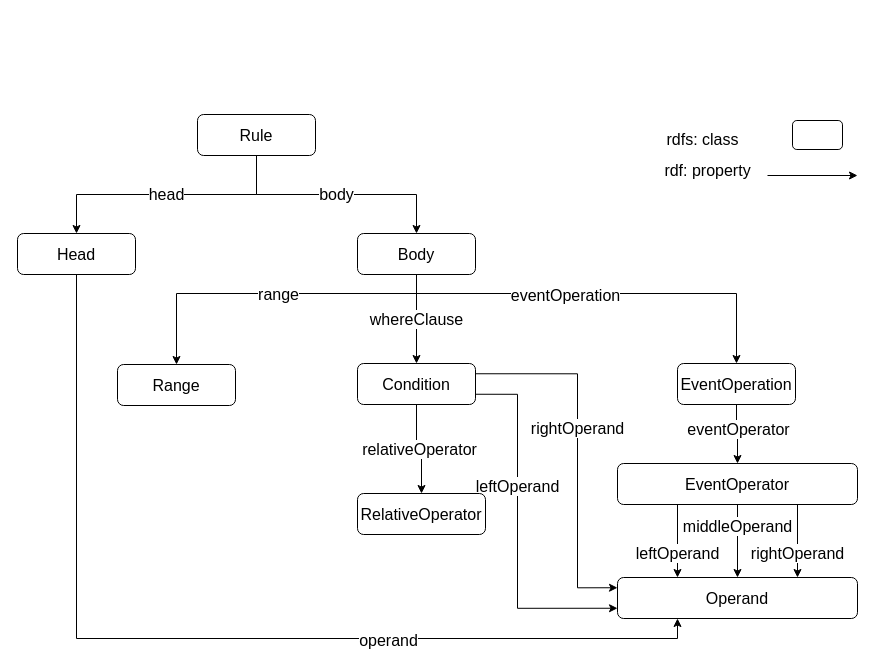
Before: Untitled Diagram.drawio in Haoyu-R/appendix, a draw.io diagram. Source tidied: cells renumbered, new cells numbered last; positions are measured from the earlier drawing's top-left corner, leaving out a move shared by most shapes. Both pictures are drawn from the tidied source at 100%, with x=0, y=0 at pixel (17, 114).
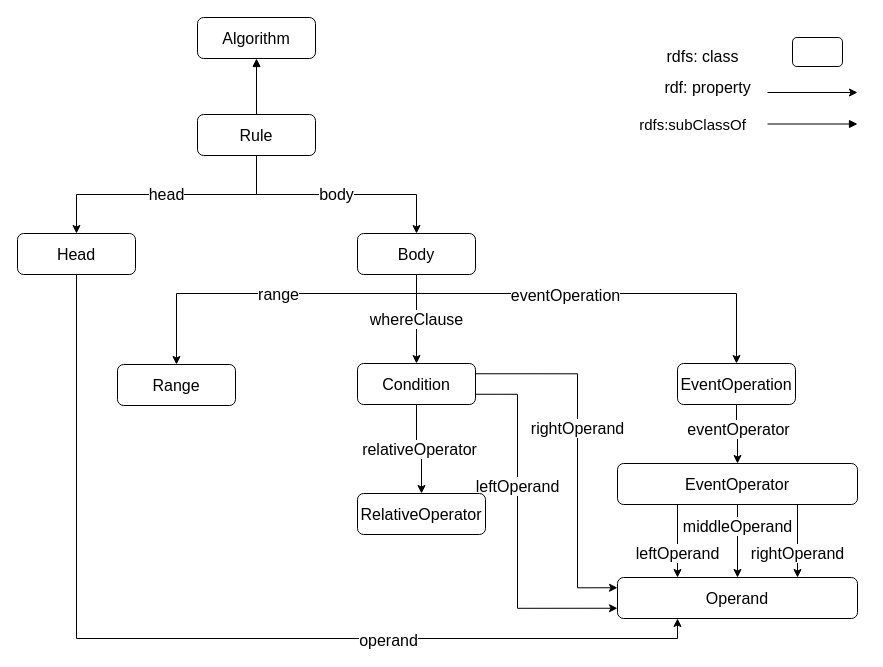
The same page after the edit.

The change refers to these unchanged cells:
```xml
<mxCell id="4" value="Rule" style="rounded=1;whiteSpace=wrap;html=1;fontSize=16;" parent="1" vertex="1">
  <mxGeometry x="180" width="118" height="41" as="geometry" />
</mxCell>
```

Diff of the diagram source:
```diff
@@
+    <mxCell id="32" style="edgeStyle=orthogonalEdgeStyle;rounded=0;jettySize=auto;html=1;fontSize=16;endArrow=block;endFill=1;" parent="1" edge="1" source="4" target="33">
+      <mxGeometry relative="1" as="geometry" />
+    </mxCell>
@@
     <mxCell id="28" style="rounded=1;whiteSpace=wrap;html=1;fontSize=16;" parent="1" vertex="1">
-      <mxGeometry x="775" y="6" width="50" height="29" as="geometry" />
+      <mxGeometry x="775" y="-77" width="50" height="29" as="geometry" />
     </mxCell>
     <mxCell id="29" value="rdfs: class" style="text;html=1;align=center;verticalAlign=middle;strokeColor=none;fontSize=16;" parent="1" vertex="1">
-      <mxGeometry x="640" y="15" width="90" height="20" as="geometry" />
+      <mxGeometry x="640" y="-68" width="90" height="20" as="geometry" />
     </mxCell>
     <mxCell id="30" value="rdf: property" style="text;html=1;align=center;verticalAlign=middle;strokeColor=none;fontSize=16;" parent="1" vertex="1">
-      <mxGeometry x="640" y="46" width="100" height="20" as="geometry" />
+      <mxGeometry x="640" y="-37" width="100" height="20" as="geometry" />
     </mxCell>
     <mxCell id="31" style="endArrow=classic;html=1;fontSize=16;" parent="1" edge="1">
       <mxGeometry relative="1" as="geometry">
-        <mxPoint x="750" y="61" as="sourcePoint" />
-        <mxPoint x="840" y="61" as="targetPoint" />
+        <mxPoint x="750" y="-22" as="sourcePoint" />
+        <mxPoint x="840" y="-22" as="targetPoint" />
       </mxGeometry>
     </mxCell>
+    <mxCell id="33" value="Algorithm" style="rounded=1;whiteSpace=wrap;html=1;fontSize=16;" parent="1" vertex="1">
+      <mxGeometry x="180" y="-97" width="118" height="41" as="geometry" />
+    </mxCell>
+    <mxCell id="34" value="rdfs:subClassOf" style="text;html=1;align=center;verticalAlign=middle;strokeColor=none;fontSize=15;" parent="1" vertex="1">
+      <mxGeometry x="615" width="120" height="20" as="geometry" />
+    </mxCell>
+    <mxCell id="35" style="endArrow=block;html=1;fontSize=16;endFill=1;" parent="1" edge="1">
+      <mxGeometry relative="1" as="geometry">
+        <mxPoint x="750" y="9.5" as="sourcePoint" />
+        <mxPoint x="840" y="9.5" as="targetPoint" />
+      </mxGeometry>
+    </mxCell>
```
